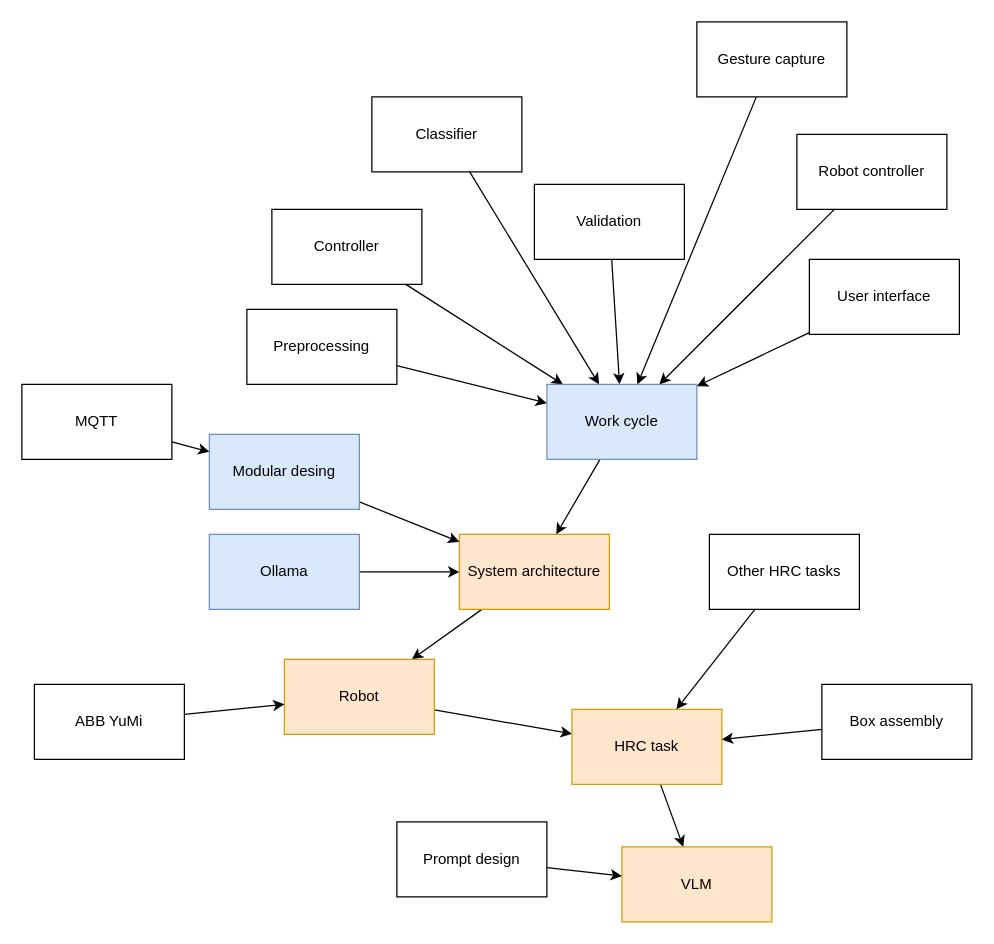
Before: methodology_structure.drawio in GreatSharky/CoHSCI, a draw.io diagram. Source tidied: cells renumbered, new cells numbered last; positions are measured from the earlier drawing's top-left corner, leaving out a move shared by most shapes. Both pictures are drawn from the tidied source at 125%, with x=0, y=0 at pixel (21, 21).
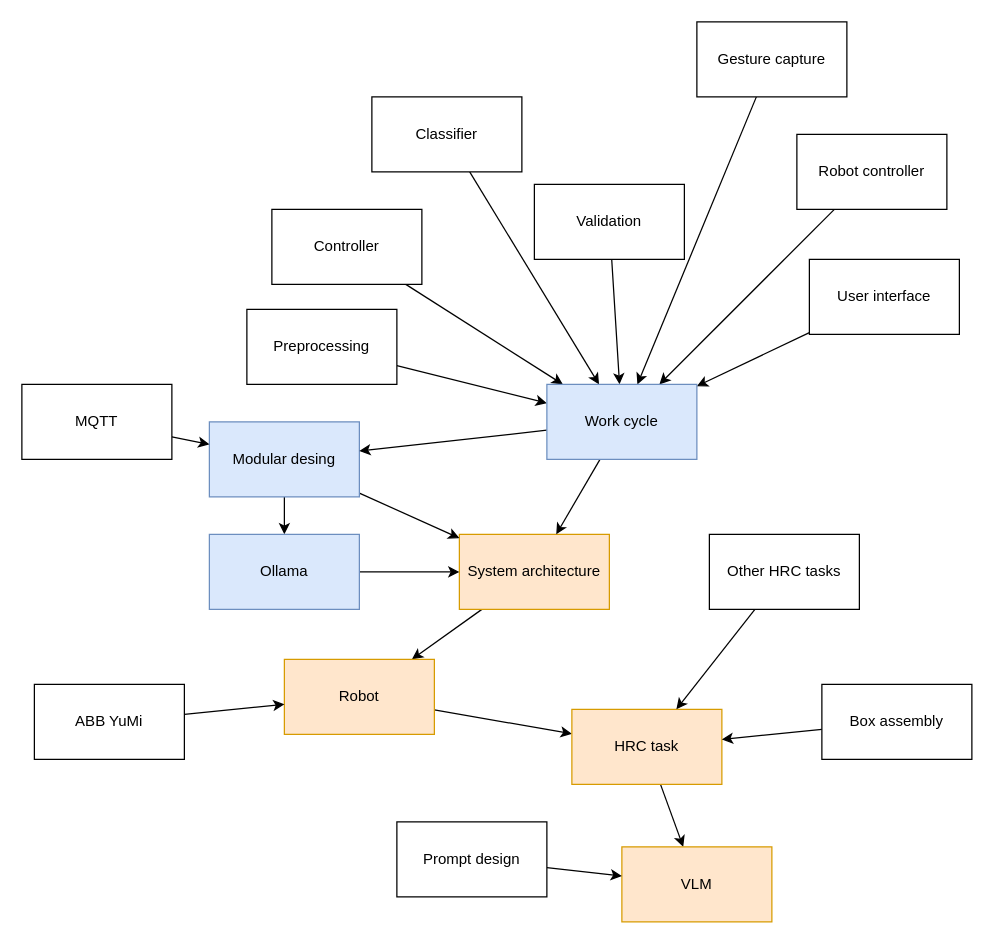
Above is the later version.

Unchanged cells that the change refers to:
```xml
<mxCell id="25" value="Work cycle" style="rounded=0;whiteSpace=wrap;html=1;fillColor=#dae8fc;strokeColor=#6c8ebf;" parent="1" vertex="1">
  <mxGeometry x="420" y="290" width="120" height="60" as="geometry" />
</mxCell>
<mxCell id="30" value="Ollama" style="rounded=0;whiteSpace=wrap;html=1;fillColor=#dae8fc;strokeColor=#6c8ebf;" parent="1" vertex="1">
  <mxGeometry x="150" y="410" width="120" height="60" as="geometry" />
</mxCell>
```

Change to the diagram source:
```diff
@@
+    <mxCell id="39" style="edgeStyle=none;rounded=0;jettySize=auto;html=1;" parent="1" edge="1" source="9" target="30">
+      <mxGeometry relative="1" as="geometry" />
+    </mxCell>
     <mxCell id="9" value="Modular desing" style="rounded=0;whiteSpace=wrap;html=1;fillColor=#dae8fc;strokeColor=#6c8ebf;" parent="1" vertex="1">
-      <mxGeometry x="150" y="330" width="120" height="60" as="geometry" />
+      <mxGeometry x="150" y="320" width="120" height="60" as="geometry" />
     </mxCell>
@@
+    <mxCell id="40" style="edgeStyle=none;rounded=0;jettySize=auto;html=1;" parent="1" edge="1" source="25" target="9">
+      <mxGeometry relative="1" as="geometry" />
+    </mxCell>
```
